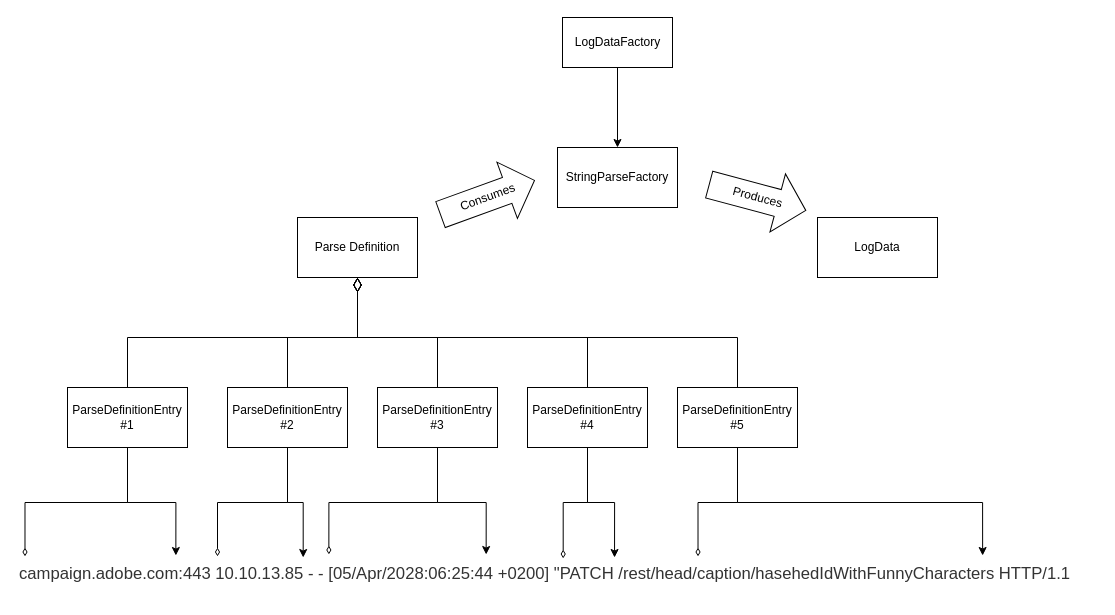
Earlier version of the draw.io diagram page "log-parsing" (3 of 3) of diagrams/Log_Parser.drawio (adobe/log-parser). Source tidied: cells renumbered, new cells numbered last; positions are measured from the earlier drawing's top-left corner, leaving out a move shared by most shapes. Both pictures are drawn from the tidied source at 100%, with x=0, y=0 at pixel (17, 17).
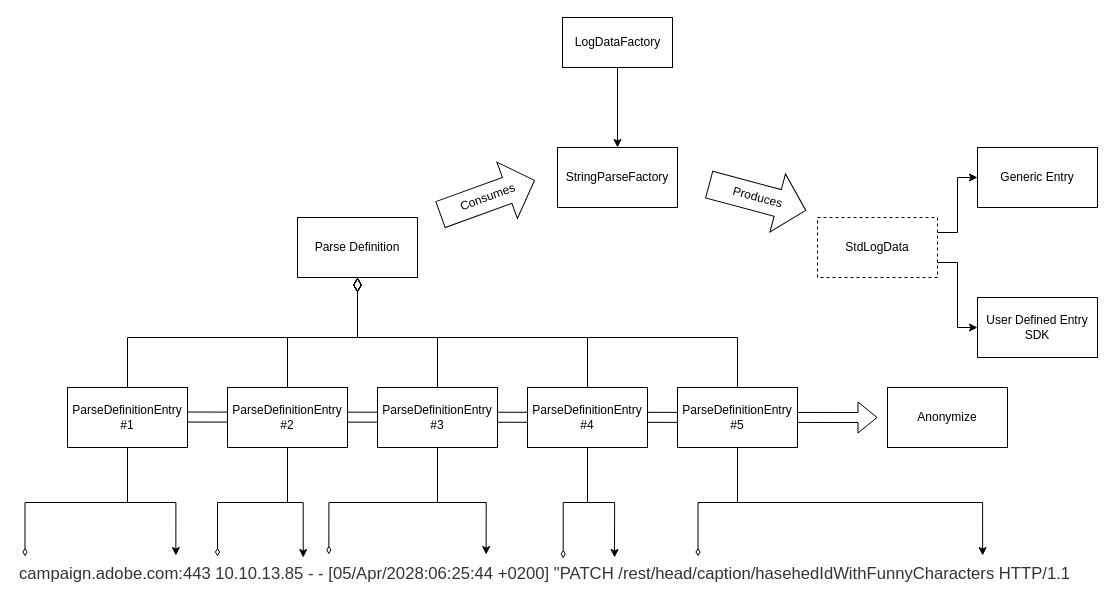
The same page after the edit.

The edit, as a diff of the source:
```diff
@@
+    <mxCell id="30" style="shape=flexArrow;endArrow=classic;html=1;rounded=0;" parent="1" edge="1">
+      <mxGeometry relative="1" as="geometry">
+        <mxPoint x="90" y="399.5" as="sourcePoint" />
+        <mxPoint x="860" y="400" as="targetPoint" />
+      </mxGeometry>
+    </mxCell>
@@
+    <mxCell id="31" style="edgeStyle=orthogonalEdgeStyle;rounded=0;jettySize=auto;html=1;exitX=1;exitY=0.25;exitDx=0;exitDy=0;entryX=0;entryY=0.5;entryDx=0;entryDy=0;" parent="1" edge="1" source="25" target="33">
+      <mxGeometry relative="1" as="geometry" />
+    </mxCell>
+    <mxCell id="32" style="edgeStyle=orthogonalEdgeStyle;rounded=0;jettySize=auto;html=1;exitX=1;exitY=0.75;exitDx=0;exitDy=0;entryX=0;entryY=0.5;entryDx=0;entryDy=0;" parent="1" edge="1" source="25" target="34">
+      <mxGeometry relative="1" as="geometry" />
+    </mxCell>
-    <mxCell id="25" value="LogData" style="rounded=0;whiteSpace=wrap;html=1;" parent="1" vertex="1">
+    <mxCell id="25" value="StdLogData" style="rounded=0;whiteSpace=wrap;html=1;dashed=1;" parent="1" vertex="1">
       <mxGeometry x="800" y="200" width="120" height="60" as="geometry" />
     </mxCell>
@@
+    <mxCell id="33" value="Generic Entry" style="rounded=0;whiteSpace=wrap;html=1;" parent="1" vertex="1">
+      <mxGeometry x="960" y="130" width="120" height="60" as="geometry" />
+    </mxCell>
+    <mxCell id="34" value="User Defined Entry&lt;br&gt;SDK" style="rounded=0;whiteSpace=wrap;html=1;" parent="1" vertex="1">
+      <mxGeometry x="960" y="280" width="120" height="60" as="geometry" />
+    </mxCell>
+    <mxCell id="35" value="Anonymize" style="rounded=0;whiteSpace=wrap;html=1;" parent="1" vertex="1">
+      <mxGeometry x="870" y="370" width="120" height="60" as="geometry" />
+    </mxCell>
```
